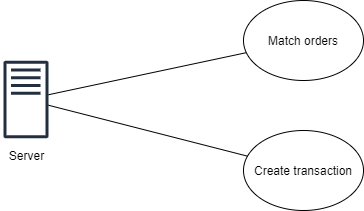
This is Diagrams/Computer_Use_View_Diagram_Orderbook.png from RLaraIII/Simple_Orderbook_Application, a draw.io export, as it was before one commit. Source tidied: cells renumbered, new cells last; positions are measured from the earlier drawing's top-left corner, leaving out a move shared by most shapes.
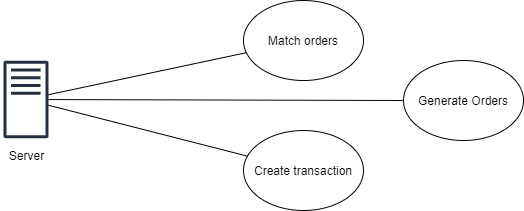
After the change.

The edit, as a diff of the source:
```diff
@@ -20,5 +20,11 @@
     <mxCell id="7" style="endArrow=none;html=1;" parent="1" edge="1" source="2" target="4">
       <mxGeometry relative="1" as="geometry" />
     </mxCell>
+    <mxCell id="8" value="Generate Orders" style="ellipse;whiteSpace=wrap;html=1;" parent="1" vertex="1">
+      <mxGeometry x="402" y="60" width="120" height="80" as="geometry" />
+    </mxCell>
+    <mxCell id="9" style="endArrow=none;html=1;entryX=0;entryY=0.5;entryDx=0;entryDy=0;" parent="1" edge="1" source="2" target="8">
+      <mxGeometry relative="1" as="geometry" />
+    </mxCell>
   </root>
 </mxGraphModel>
```
